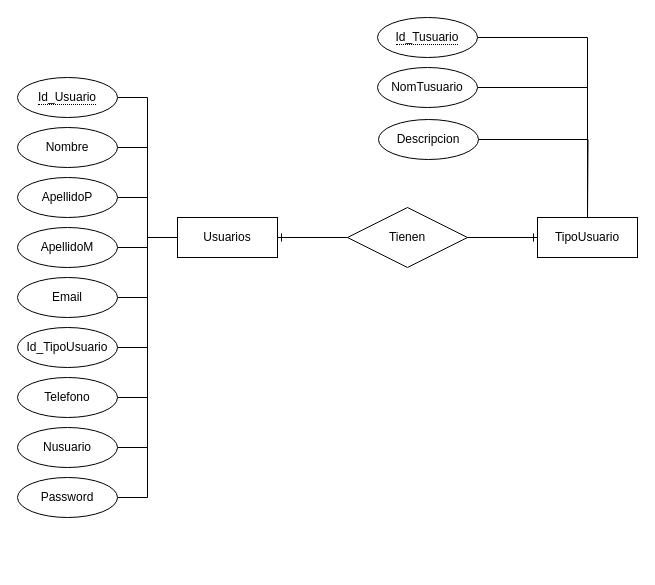
Before: page "Modelo_ER" (2 of 2) of Proyecto_WebCarr.drawio in JlchavezG/WebCarr, a draw.io diagram. Source tidied: cells renumbered, new cells numbered last; positions are measured from the earlier drawing's top-left corner, leaving out a move shared by most shapes. Both pictures are drawn from the tidied source at 100%, with x=0, y=0 at pixel (17, 17).
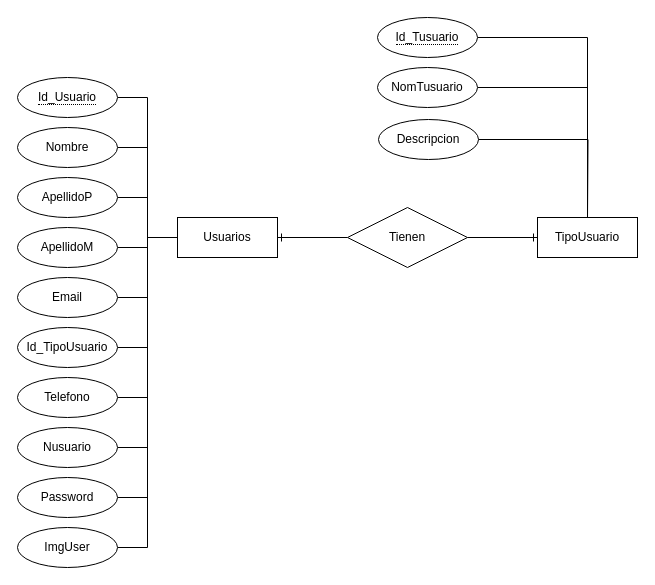
The same diagram, later.

Unchanged cells that the change refers to:
```xml
<mxCell id="3" value="Usuarios&lt;br&gt;" style="whiteSpace=wrap;html=1;align=center;" parent="1" vertex="1">
  <mxGeometry x="160" y="200" width="100" height="40" as="geometry" />
</mxCell>
```

The edit, as a diff of the source:
```diff
@@
+    <mxCell id="32" style="edgeStyle=orthogonalEdgeStyle;rounded=0;jettySize=auto;html=1;entryX=0;entryY=0.5;entryDx=0;entryDy=0;endArrow=none;endFill=0;" parent="1" edge="1" source="33" target="3">
+      <mxGeometry relative="1" as="geometry" />
+    </mxCell>
+    <mxCell id="33" value="ImgUser" style="ellipse;whiteSpace=wrap;html=1;align=center;" parent="1" vertex="1">
+      <mxGeometry y="510" width="100" height="40" as="geometry" />
+    </mxCell>
```
